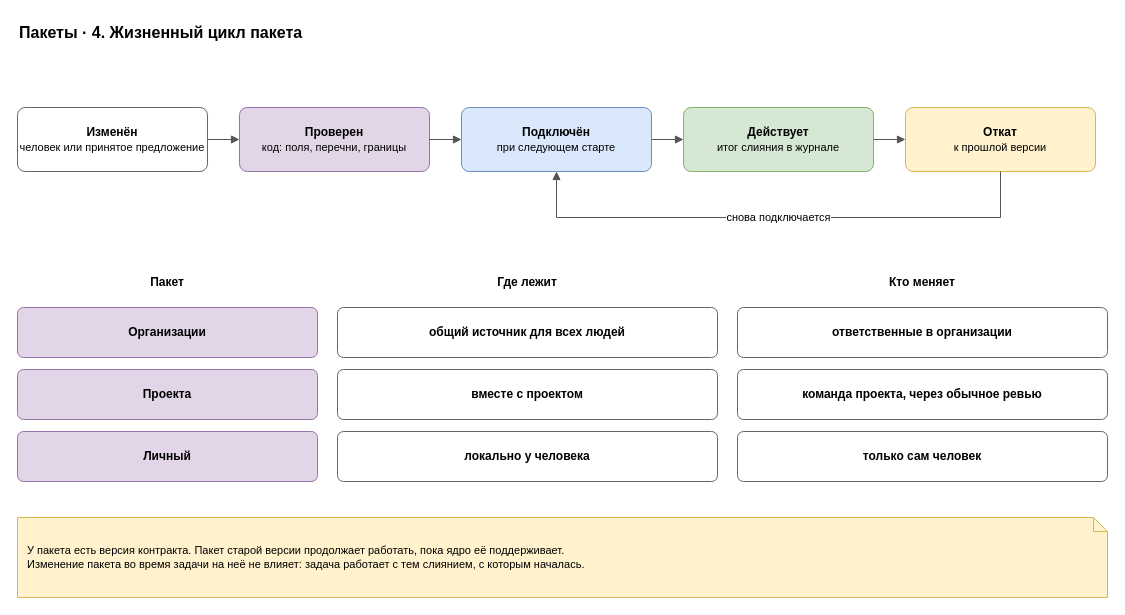
Before: page "4. Жизненный цикл" (4 of 5) of docs/spec/harness-packs.drawio in roygkov/reins, a draw.io diagram. Source tidied: cells renumbered, new cells numbered last; positions are measured from the earlier drawing's top-left corner, leaving out a move shared by most shapes. Both pictures are drawn from the tidied source at 100%, with x=0, y=0 at pixel (17, 17).
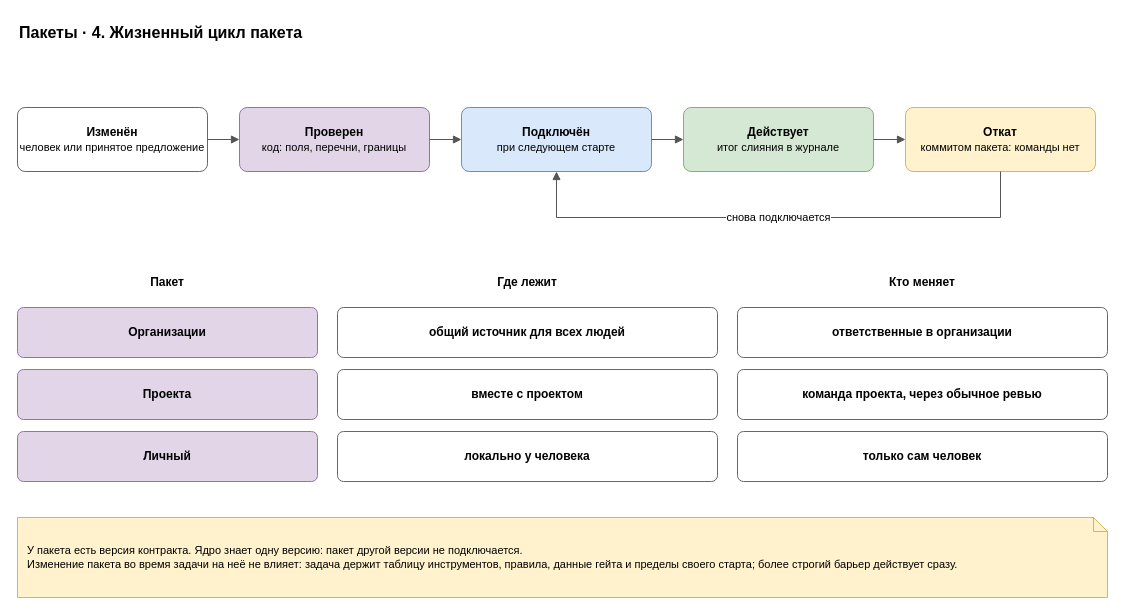
The same diagram, later.

Diff of the diagram source:
```diff
@@
-    <mxCell id="10" value="&lt;b&gt;Откат&lt;/b&gt;&lt;br&gt;&lt;font style=&quot;font-size:11px&quot;&gt;к прошлой версии&lt;/font&gt;" style="rounded=1;whiteSpace=wrap;html=1;fillColor=#fff2cc;strokeColor=#d6b656;arcSize=12;" parent="1" vertex="1">
+    <mxCell id="10" value="&lt;b&gt;Откат&lt;/b&gt;&lt;br&gt;&lt;font style=&quot;font-size:11px&quot;&gt;коммитом пакета: команды нет&lt;/font&gt;" style="rounded=1;whiteSpace=wrap;html=1;fillColor=#fff2cc;strokeColor=#d6b656;arcSize=12;" parent="1" vertex="1">
       <mxGeometry x="888" y="90" width="190" height="64" as="geometry" />
     </mxCell>
@@
-    <mxCell id="25" value="У пакета есть версия контракта. Пакет старой версии продолжает работать, пока ядро её поддерживает.&lt;br&gt;Изменение пакета во время задачи на неё не влияет: задача работает с тем слиянием, с которым началась." style="shape=note;whiteSpace=wrap;html=1;backgroundOutline=1;size=14;fillColor=#fff2cc;strokeColor=#d6b656;align=left;spacingLeft=8;spacingRight=8;fontSize=11;" parent="1" vertex="1">
+    <mxCell id="25" value="У пакета есть версия контракта. Ядро знает одну версию: пакет другой версии не подключается.&lt;br&gt;Изменение пакета во время задачи на неё не влияет: задача держит таблицу инструментов, правила, данные гейта и пределы своего старта; более строгий барьер действует сразу." style="shape=note;whiteSpace=wrap;html=1;backgroundOutline=1;size=14;fillColor=#fff2cc;strokeColor=#d6b656;align=left;spacingLeft=8;spacingRight=8;fontSize=11;" parent="1" vertex="1">
       <mxGeometry y="500" width="1090" height="80" as="geometry" />
     </mxCell>
```
